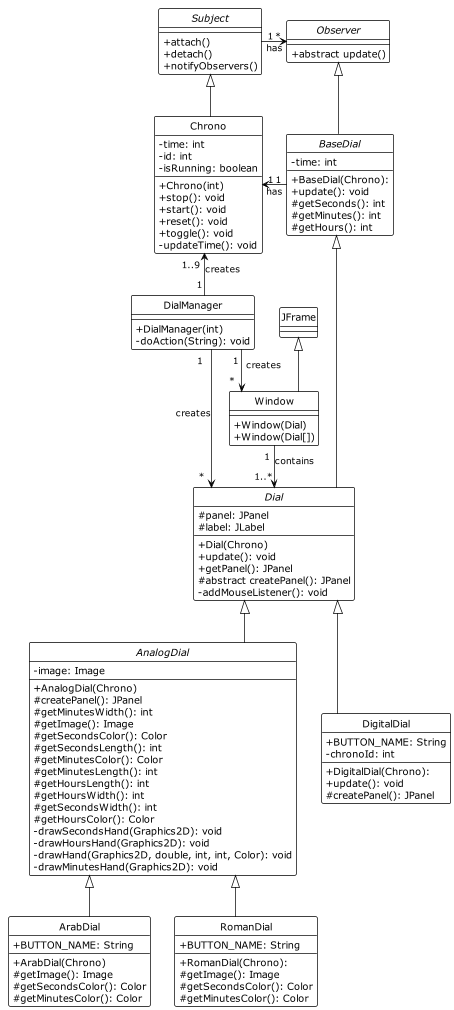
The PlantUML diagram uml/uml.png in OlinB/heig-vd-mcr-lab01, before a commit.
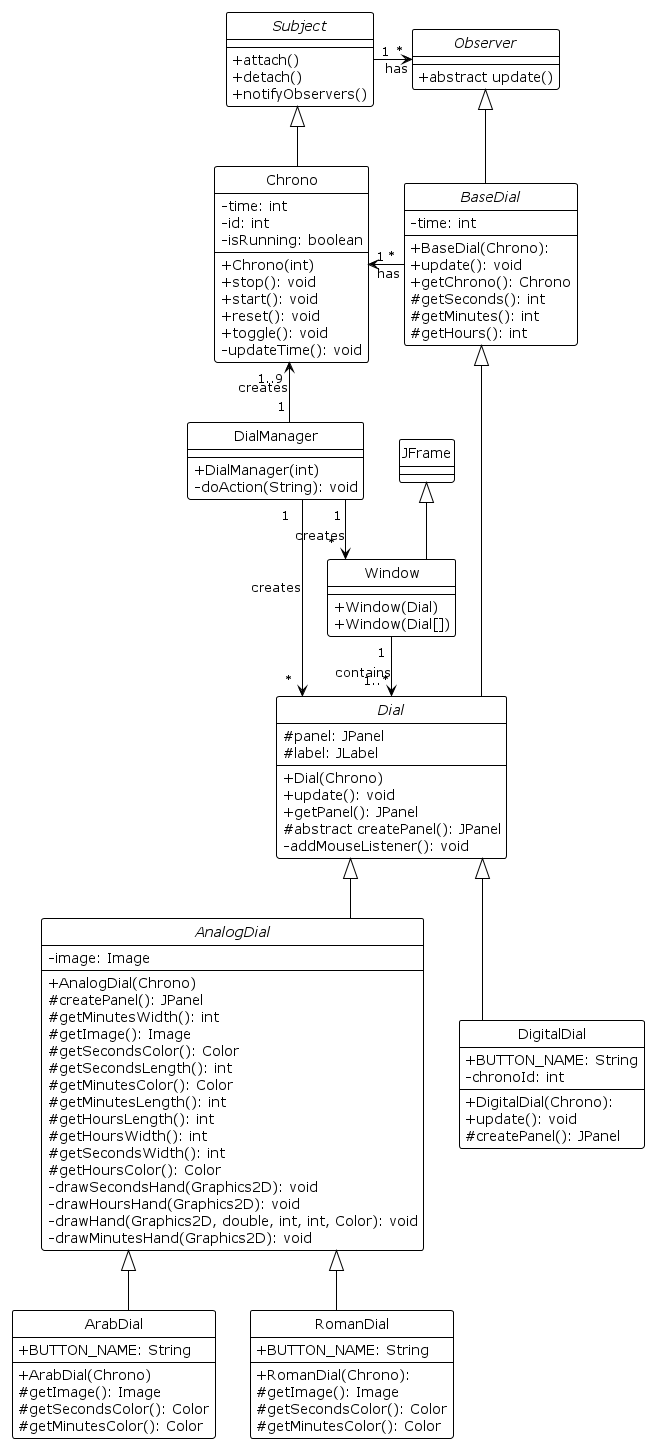
The same file after the commit.

Commit message:
add unwatch on dial close, center analog dial name and update uml

Change to the diagram source:
```diff
@@ -31,6 +31,7 @@
 abstract class BaseDial {
   + BaseDial(Chrono):
   + update(): void
+  + getChrono(): Chrono
   # getSeconds(): int
   # getMinutes(): int
   # getHours(): int
@@ -116,7 +117,7 @@
 
 
 Subject     "1"--right-->"*"   Observer: has
-BaseDial    "1"--left->"1"    Chrono: has
+BaseDial    "*"--left->"1"    Chrono: has
 
 Chrono      "1..9 "<--"1 "        DialManager: creates
 DialManager "1   "-->"*"           Window: " creates"
```
